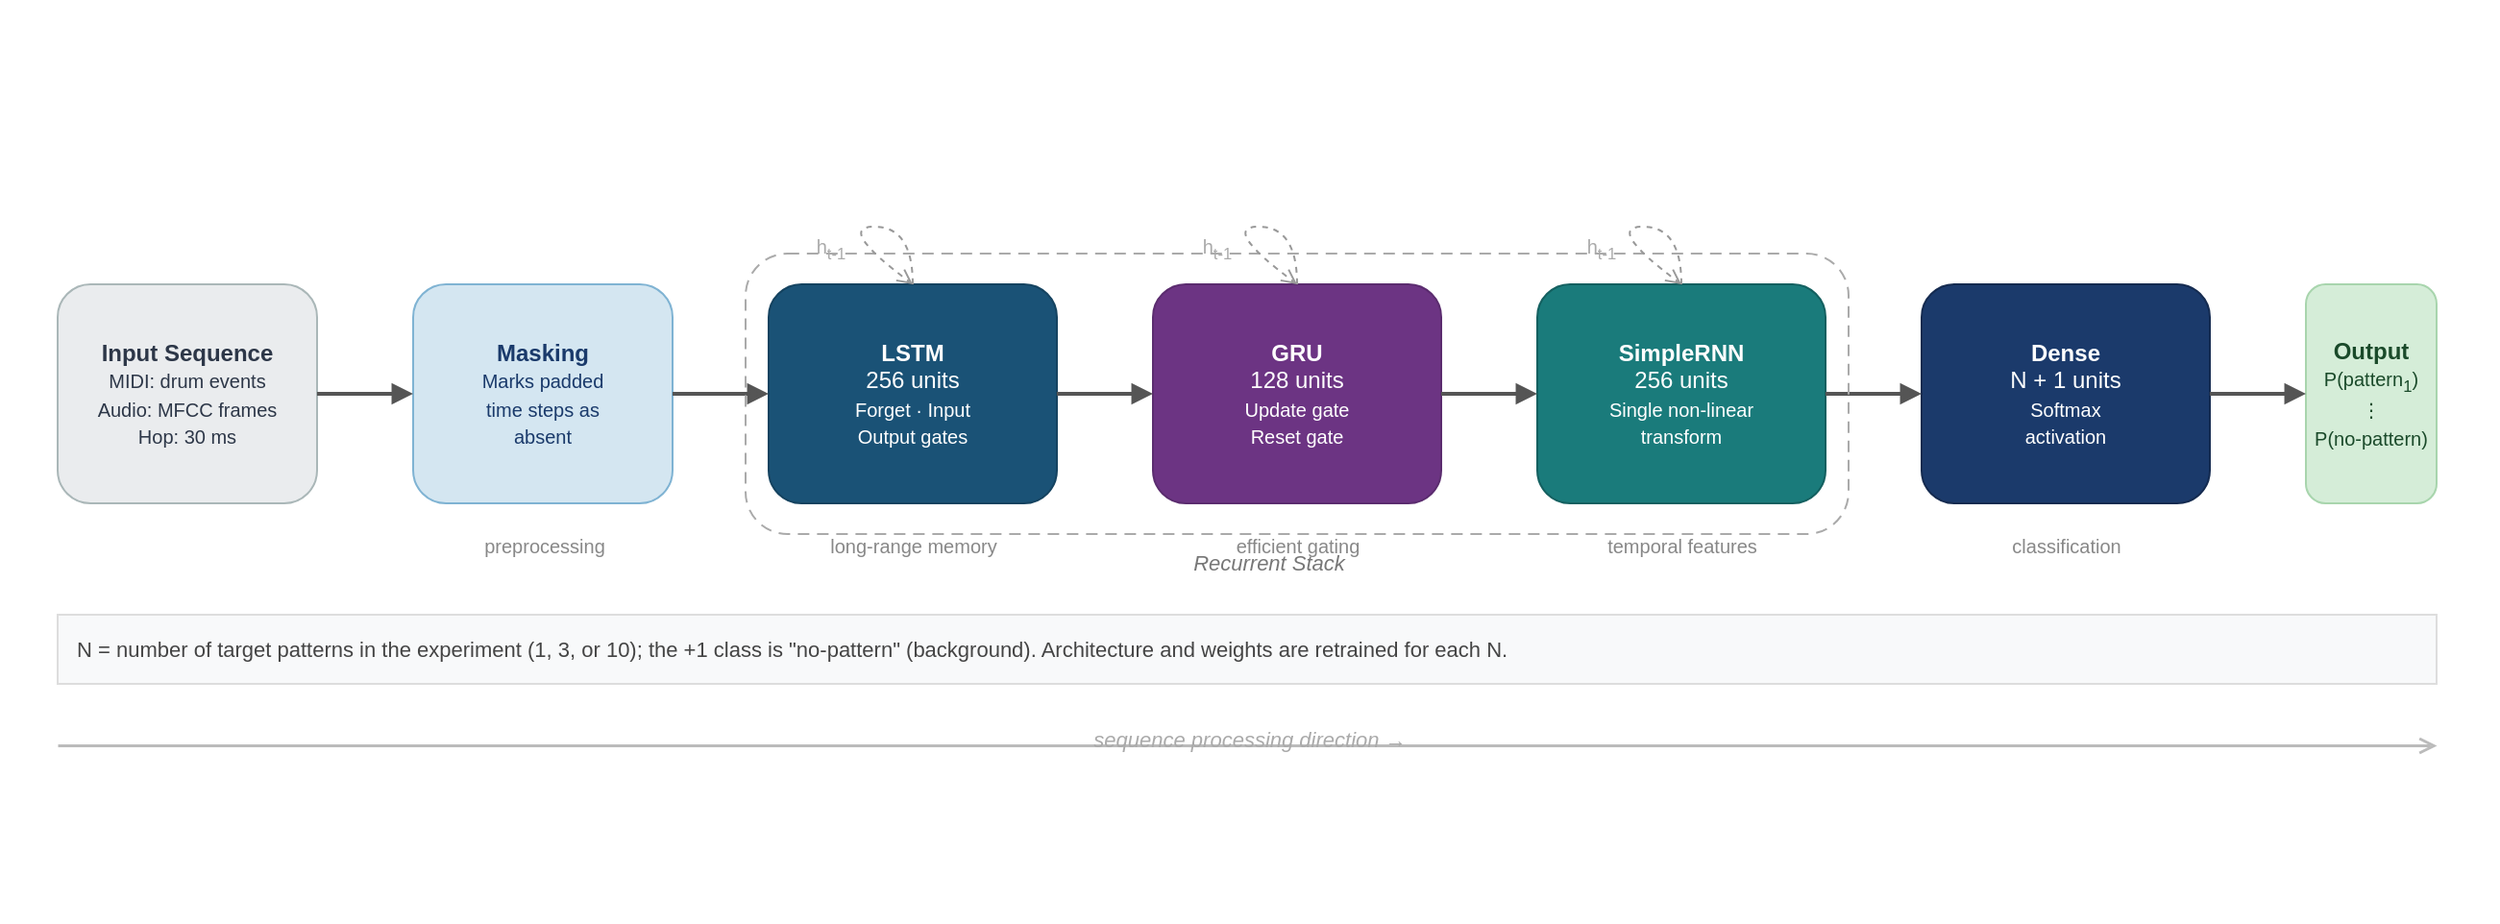
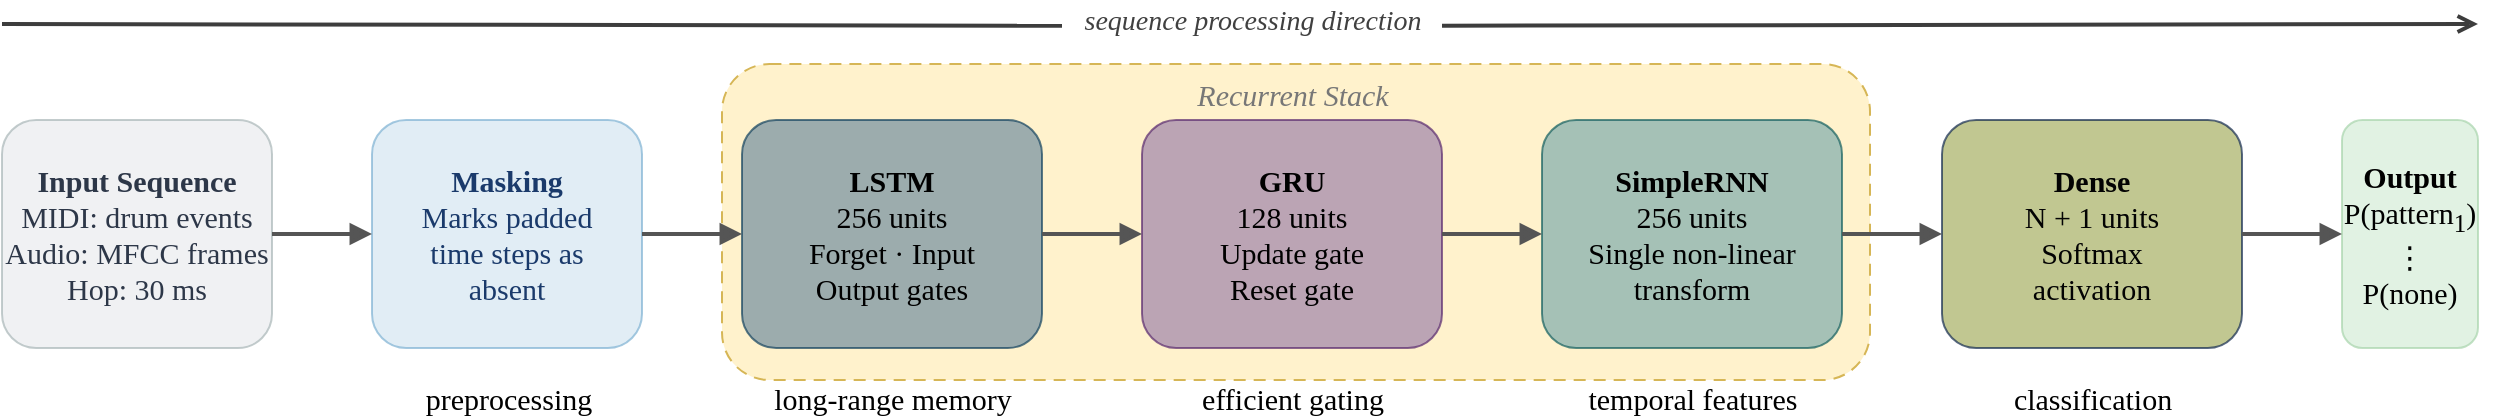
<mxfile host="app.diagrams.net" agent="Mozilla/5.0 (Macintosh; Intel Mac OS X 10_15_7) AppleWebKit/537.36 (KHTML, like Gecko) Chrome/147.0.0.0 Safari/537.36">
  <diagram name="RNN Architecture" id="rynVuohUcp5Ti-CLlE0M">
-     <mxGraphModel dx="2020" dy="1136" grid="1" gridSize="10" guides="1" tooltips="1" connect="1" arrows="1" fold="1" page="1" pageScale="1" pageWidth="850" pageHeight="1100" math="0" shadow="0">
+     <mxGraphModel dx="1414" dy="795" grid="1" gridSize="10" guides="1" tooltips="1" connect="1" arrows="1" fold="1" page="1" pageScale="1" pageWidth="850" pageHeight="1100" math="0" shadow="0">
      <root>
        <mxCell id="0" />
        <mxCell id="1" parent="0" />
-         <mxCell id="nOJwSKhz6kFvuDBJt3Rr-1" parent="1" style="rounded=0;whiteSpace=wrap;html=1;fillColor=#FFFFFF;strokeColor=none;" value="" vertex="1">
-           <mxGeometry height="480" width="1300" as="geometry" />
+         <mxCell id="nOJwSKhz6kFvuDBJt3Rr-15" parent="1" style="rounded=1;whiteSpace=wrap;html=1;fillColor=#fff2cc;strokeColor=#d6b656;strokeWidth=1;dashed=1;dashPattern=6 4;" value="" vertex="1">
+           <mxGeometry height="158" width="574" x="390" y="120" as="geometry" />
        </mxCell>
-         <mxCell id="nOJwSKhz6kFvuDBJt3Rr-2" parent="1" style="rounded=1;whiteSpace=wrap;html=1;fillColor=#EAECEE;strokeColor=#AAB7B8;fontFamily=Helvetica;fontSize=12;fontColor=#2D3748;verticalAlign=middle;align=center;" value="&lt;b&gt;Input Sequence&lt;/b&gt;&lt;br&gt;&lt;font style=&quot;font-size:10px;&quot;&gt;MIDI: drum events&lt;br&gt;Audio: MFCC frames&lt;br&gt;Hop: 30 ms&lt;/font&gt;" vertex="1">
+         <mxCell id="nOJwSKhz6kFvuDBJt3Rr-2" parent="1" style="rounded=1;whiteSpace=wrap;html=1;fillColor=#EAECEE;strokeColor=#AAB7B8;fontFamily=Helvetica;fontSize=12;fontColor=#2D3748;verticalAlign=middle;align=center;opacity=70;" value="&lt;font face=&quot;Times New Roman&quot; style=&quot;font-size: 15px;&quot;&gt;&lt;b style=&quot;&quot;&gt;Input Sequence&lt;/b&gt;&lt;br&gt;&lt;font style=&quot;&quot;&gt;MIDI: drum events&lt;br&gt;Audio: MFCC frames&lt;br&gt;Hop: 30 ms&lt;/font&gt;&lt;/font&gt;" vertex="1">
          <mxGeometry height="114" width="135" x="30" y="148" as="geometry" />
        </mxCell>
-         <mxCell id="nOJwSKhz6kFvuDBJt3Rr-3" parent="1" style="rounded=1;whiteSpace=wrap;html=1;fillColor=#D4E6F1;strokeColor=#7FB3D3;fontFamily=Helvetica;fontSize=12;fontColor=#1A3A6B;verticalAlign=middle;align=center;" value="&lt;b&gt;Masking&lt;/b&gt;&lt;br&gt;&lt;font style=&quot;font-size:10px;&quot;&gt;Marks padded&lt;br&gt;time steps as&lt;br&gt;absent&lt;/font&gt;" vertex="1">
+         <mxCell id="nOJwSKhz6kFvuDBJt3Rr-3" parent="1" style="rounded=1;whiteSpace=wrap;html=1;fillColor=#D4E6F1;strokeColor=#7FB3D3;fontFamily=Helvetica;fontSize=12;fontColor=#1A3A6B;verticalAlign=middle;align=center;opacity=70;" value="&lt;font face=&quot;Times New Roman&quot; style=&quot;font-size: 15px;&quot;&gt;&lt;b style=&quot;&quot;&gt;Masking&lt;/b&gt;&lt;br&gt;&lt;font style=&quot;&quot;&gt;Marks padded&lt;br&gt;time steps as&lt;br&gt;absent&lt;/font&gt;&lt;/font&gt;" vertex="1">
          <mxGeometry height="114" width="135" x="215" y="148" as="geometry" />
        </mxCell>
-         <mxCell id="nOJwSKhz6kFvuDBJt3Rr-4" parent="1" style="rounded=1;whiteSpace=wrap;html=1;fillColor=#1A5276;strokeColor=#154360;fontFamily=Helvetica;fontSize=12;fontColor=#FFFFFF;verticalAlign=middle;align=center;" value="&lt;b&gt;LSTM&lt;/b&gt;&lt;br&gt;256 units&lt;br&gt;&lt;font style=&quot;font-size:10px;&quot;&gt;Forget · Input&lt;br&gt;Output gates&lt;/font&gt;" vertex="1">
+         <mxCell id="nOJwSKhz6kFvuDBJt3Rr-4" parent="1" style="rounded=1;whiteSpace=wrap;html=1;fillColor=light-dark(#738fa0, #87b7d6);strokeColor=#154360;fontFamily=Helvetica;fontSize=12;fontColor=#FFFFFF;verticalAlign=middle;align=center;opacity=70;" value="&lt;font face=&quot;Times New Roman&quot; style=&quot;font-size: 15px; color: rgb(0, 0, 0);&quot;&gt;&lt;b style=&quot;&quot;&gt;LSTM&lt;/b&gt;&lt;br&gt;256 units&lt;br&gt;&lt;font style=&quot;&quot;&gt;Forget · Input&lt;br&gt;Output gates&lt;/font&gt;&lt;/font&gt;" vertex="1">
          <mxGeometry height="114" width="150" x="400" y="148" as="geometry" />
        </mxCell>
-         <mxCell id="nOJwSKhz6kFvuDBJt3Rr-5" parent="1" style="rounded=1;whiteSpace=wrap;html=1;fillColor=#6C3483;strokeColor=#5B2C6F;fontFamily=Helvetica;fontSize=12;fontColor=#FFFFFF;verticalAlign=middle;align=center;" value="&lt;b&gt;GRU&lt;/b&gt;&lt;br&gt;128 units&lt;br&gt;&lt;font style=&quot;font-size:10px;&quot;&gt;Update gate&lt;br&gt;Reset gate&lt;/font&gt;" vertex="1">
+         <mxCell id="nOJwSKhz6kFvuDBJt3Rr-5" parent="1" style="rounded=1;whiteSpace=wrap;html=1;fillColor=light-dark(#9f83aa, #d2a2e6);strokeColor=#5B2C6F;fontFamily=Helvetica;fontSize=12;fontColor=#FFFFFF;verticalAlign=middle;align=center;opacity=70;" value="&lt;font face=&quot;Times New Roman&quot; style=&quot;font-size: 15px; color: rgb(0, 0, 0);&quot;&gt;&lt;b style=&quot;&quot;&gt;GRU&lt;/b&gt;&lt;br&gt;128 units&lt;br&gt;&lt;font style=&quot;&quot;&gt;Update gate&lt;br&gt;Reset gate&lt;/font&gt;&lt;/font&gt;" vertex="1">
          <mxGeometry height="114" width="150" x="600" y="148" as="geometry" />
        </mxCell>
-         <mxCell id="nOJwSKhz6kFvuDBJt3Rr-6" parent="1" style="rounded=1;whiteSpace=wrap;html=1;fillColor=#1A7B7B;strokeColor=#146060;fontFamily=Helvetica;fontSize=12;fontColor=#FFFFFF;verticalAlign=middle;align=center;" value="&lt;b&gt;SimpleRNN&lt;/b&gt;&lt;br&gt;256 units&lt;br&gt;&lt;font style=&quot;font-size:10px;&quot;&gt;Single non-linear&lt;br&gt;transform&lt;/font&gt;" vertex="1">
+         <mxCell id="nOJwSKhz6kFvuDBJt3Rr-6" parent="1" style="rounded=1;whiteSpace=wrap;html=1;fillColor=light-dark(#7fadad, #53a7a7);strokeColor=#146060;fontFamily=Helvetica;fontSize=12;fontColor=#FFFFFF;verticalAlign=middle;align=center;opacity=70;" value="&lt;font face=&quot;Times New Roman&quot; style=&quot;font-size: 15px; color: rgb(0, 0, 0);&quot;&gt;&lt;b style=&quot;&quot;&gt;SimpleRNN&lt;/b&gt;&lt;br&gt;256 units&lt;br&gt;&lt;font style=&quot;&quot;&gt;Single non-linear&lt;br&gt;transform&lt;/font&gt;&lt;/font&gt;" vertex="1">
          <mxGeometry height="114" width="150" x="800" y="148" as="geometry" />
        </mxCell>
-         <mxCell id="nOJwSKhz6kFvuDBJt3Rr-7" parent="1" style="rounded=1;whiteSpace=wrap;html=1;fillColor=#1B3A6B;strokeColor=#152B50;fontFamily=Helvetica;fontSize=12;fontColor=#FFFFFF;verticalAlign=middle;align=center;" value="&lt;b&gt;Dense&lt;/b&gt;&lt;br&gt;N + 1 units&lt;br&gt;&lt;font style=&quot;font-size:10px;&quot;&gt;Softmax&lt;br&gt;activation&lt;/font&gt;" vertex="1">
+         <mxCell id="nOJwSKhz6kFvuDBJt3Rr-7" parent="1" style="rounded=1;whiteSpace=wrap;html=1;fillColor=light-dark(#a7b063, #a5c0ea);strokeColor=#152B50;fontFamily=Helvetica;fontSize=12;fontColor=#FFFFFF;verticalAlign=middle;align=center;opacity=70;" value="&lt;font face=&quot;Times New Roman&quot; style=&quot;font-size: 15px; color: light-dark(rgb(3, 3, 3), rgb(237, 237, 237));&quot;&gt;&lt;b style=&quot;&quot;&gt;Dense&lt;/b&gt;&lt;br&gt;N + 1 units&lt;br&gt;&lt;font style=&quot;&quot;&gt;Softmax&lt;br&gt;activation&lt;/font&gt;&lt;/font&gt;" vertex="1">
          <mxGeometry height="114" width="150" x="1000" y="148" as="geometry" />
        </mxCell>
-         <mxCell id="nOJwSKhz6kFvuDBJt3Rr-8" parent="1" style="rounded=1;whiteSpace=wrap;html=1;fillColor=#D5EDD8;strokeColor=#A8D5AD;fontFamily=Helvetica;fontSize=12;fontColor=#1A4A2A;verticalAlign=middle;align=center;" value="&lt;b&gt;Output&lt;/b&gt;&lt;br&gt;&lt;font style=&quot;font-size:10px;&quot;&gt;P(pattern&lt;sub&gt;1&lt;/sub&gt;)&lt;br&gt;   ⋮&lt;br&gt;P(no-pattern)&lt;/font&gt;" vertex="1">
+         <mxCell id="nOJwSKhz6kFvuDBJt3Rr-8" parent="1" style="rounded=1;whiteSpace=wrap;html=1;fillColor=#D5EDD8;strokeColor=#A8D5AD;fontFamily=Helvetica;fontSize=12;fontColor=#1A4A2A;verticalAlign=middle;align=center;opacity=70;" value="&lt;font face=&quot;Times New Roman&quot; style=&quot;font-size: 15px; color: rgb(0, 0, 0);&quot;&gt;&lt;b style=&quot;&quot;&gt;Output&lt;/b&gt;&lt;br&gt;&lt;font style=&quot;&quot;&gt;P(pattern&lt;sub style=&quot;&quot;&gt;1&lt;/sub&gt;)&lt;br&gt;   ⋮&lt;br&gt;P(none)&lt;/font&gt;&lt;/font&gt;" vertex="1">
          <mxGeometry height="114" width="68" x="1200" y="148" as="geometry" />
        </mxCell>
        <mxCell id="nOJwSKhz6kFvuDBJt3Rr-9" edge="1" parent="1" source="nOJwSKhz6kFvuDBJt3Rr-2" style="rounded=0;orthogonalLoop=1;jettySize=auto;exitX=1;exitY=0.5;exitDx=0;exitDy=0;entryX=0;entryY=0.5;entryDx=0;entryDy=0;strokeColor=#555555;strokeWidth=2;fillColor=none;endArrow=block;endFill=1;" target="nOJwSKhz6kFvuDBJt3Rr-3" value="">
          <mxGeometry relative="1" as="geometry" />
        </mxCell>
        <mxCell id="nOJwSKhz6kFvuDBJt3Rr-10" edge="1" parent="1" source="nOJwSKhz6kFvuDBJt3Rr-3" style="rounded=0;orthogonalLoop=1;jettySize=auto;exitX=1;exitY=0.5;exitDx=0;exitDy=0;entryX=0;entryY=0.5;entryDx=0;entryDy=0;strokeColor=#555555;strokeWidth=2;fillColor=none;endArrow=block;endFill=1;" target="nOJwSKhz6kFvuDBJt3Rr-4" value="">
          <mxGeometry relative="1" as="geometry" />
        </mxCell>
        <mxCell id="nOJwSKhz6kFvuDBJt3Rr-11" edge="1" parent="1" source="nOJwSKhz6kFvuDBJt3Rr-4" style="rounded=0;orthogonalLoop=1;jettySize=auto;exitX=1;exitY=0.5;exitDx=0;exitDy=0;entryX=0;entryY=0.5;entryDx=0;entryDy=0;strokeColor=#555555;strokeWidth=2;fillColor=none;endArrow=block;endFill=1;" target="nOJwSKhz6kFvuDBJt3Rr-5" value="">
          <mxGeometry relative="1" as="geometry" />
        </mxCell>
        <mxCell id="nOJwSKhz6kFvuDBJt3Rr-12" edge="1" parent="1" source="nOJwSKhz6kFvuDBJt3Rr-5" style="rounded=0;orthogonalLoop=1;jettySize=auto;exitX=1;exitY=0.5;exitDx=0;exitDy=0;entryX=0;entryY=0.5;entryDx=0;entryDy=0;strokeColor=#555555;strokeWidth=2;fillColor=none;endArrow=block;endFill=1;" target="nOJwSKhz6kFvuDBJt3Rr-6" value="">
          <mxGeometry relative="1" as="geometry" />
        </mxCell>
        <mxCell id="nOJwSKhz6kFvuDBJt3Rr-13" edge="1" parent="1" source="nOJwSKhz6kFvuDBJt3Rr-6" style="rounded=0;orthogonalLoop=1;jettySize=auto;exitX=1;exitY=0.5;exitDx=0;exitDy=0;entryX=0;entryY=0.5;entryDx=0;entryDy=0;strokeColor=#555555;strokeWidth=2;fillColor=none;endArrow=block;endFill=1;" target="nOJwSKhz6kFvuDBJt3Rr-7" value="">
          <mxGeometry relative="1" as="geometry" />
        </mxCell>
        <mxCell id="nOJwSKhz6kFvuDBJt3Rr-14" edge="1" parent="1" source="nOJwSKhz6kFvuDBJt3Rr-7" style="rounded=0;orthogonalLoop=1;jettySize=auto;exitX=1;exitY=0.5;exitDx=0;exitDy=0;entryX=0;entryY=0.5;entryDx=0;entryDy=0;strokeColor=#555555;strokeWidth=2;fillColor=none;endArrow=block;endFill=1;" target="nOJwSKhz6kFvuDBJt3Rr-8" value="">
          <mxGeometry relative="1" as="geometry" />
        </mxCell>
-         <mxCell id="nOJwSKhz6kFvuDBJt3Rr-15" parent="1" style="rounded=1;whiteSpace=wrap;html=1;fillColor=none;strokeColor=#AAAAAA;strokeWidth=1;dashed=1;dashPattern=6 4;" value="" vertex="1">
-           <mxGeometry height="146" width="574" x="388" y="132" as="geometry" />
+         <mxCell id="nOJwSKhz6kFvuDBJt3Rr-16" parent="1" style="text;html=1;strokeColor=none;fillColor=none;align=center;verticalAlign=top;fontFamily=Helvetica;fontSize=11;fontStyle=2;fontColor=#777777;" value="&lt;font face=&quot;Times New Roman&quot; style=&quot;font-size: 15px;&quot;&gt;Recurrent Stack&lt;/font&gt;" vertex="1">
+           <mxGeometry height="22" width="570" x="390" y="120" as="geometry" />
        </mxCell>
-         <mxCell id="nOJwSKhz6kFvuDBJt3Rr-16" parent="1" style="text;html=1;strokeColor=none;fillColor=none;align=center;verticalAlign=top;fontFamily=Helvetica;fontSize=11;fontStyle=2;fontColor=#777777;" value="Recurrent Stack" vertex="1">
-           <mxGeometry height="22" width="170" x="575" y="280" as="geometry" />
+         <mxCell id="nOJwSKhz6kFvuDBJt3Rr-23" parent="1" style="text;html=1;strokeColor=none;fillColor=none;align=center;verticalAlign=top;fontFamily=Helvetica;fontSize=10;fontColor=#888888;" value="&lt;font face=&quot;Times New Roman&quot; style=&quot;font-size: 15px; color: rgb(0, 0, 0);&quot;&gt;preprocessing&lt;/font&gt;" vertex="1">
+           <mxGeometry height="18" width="135" x="215" y="272" as="geometry" />
        </mxCell>
-         <mxCell id="nOJwSKhz6kFvuDBJt3Rr-17" parent="1" style="text;html=1;strokeColor=none;fillColor=none;align=center;verticalAlign=middle;fontFamily=Helvetica;fontSize=10;fontColor=#AAAAAA;" value="h&lt;sub&gt;t-1&lt;/sub&gt;" vertex="1">
-           <mxGeometry height="18" width="40" x="412" y="120" as="geometry" />
+         <mxCell id="nOJwSKhz6kFvuDBJt3Rr-24" parent="1" style="text;html=1;strokeColor=none;fillColor=none;align=center;verticalAlign=top;fontFamily=Helvetica;fontSize=10;fontColor=#888888;" value="&lt;font face=&quot;Times New Roman&quot; style=&quot;font-size: 15px; color: rgb(0, 0, 0);&quot;&gt;long-range memory&lt;/font&gt;" vertex="1">
+           <mxGeometry height="18" width="150" x="400" y="272" as="geometry" />
        </mxCell>
-         <mxCell id="nOJwSKhz6kFvuDBJt3Rr-18" parent="1" style="text;html=1;strokeColor=none;fillColor=none;align=center;verticalAlign=middle;fontFamily=Helvetica;fontSize=10;fontColor=#AAAAAA;" value="h&lt;sub&gt;t-1&lt;/sub&gt;" vertex="1">
-           <mxGeometry height="18" width="40" x="613" y="120" as="geometry" />
+         <mxCell id="nOJwSKhz6kFvuDBJt3Rr-25" parent="1" style="text;html=1;strokeColor=none;fillColor=none;align=center;verticalAlign=top;fontFamily=Helvetica;fontSize=10;fontColor=#888888;" value="&lt;font face=&quot;Times New Roman&quot; style=&quot;font-size: 15px; color: rgb(0, 0, 0);&quot;&gt;efficient gating&lt;/font&gt;" vertex="1">
+           <mxGeometry height="18" width="150" x="600" y="272" as="geometry" />
        </mxCell>
-         <mxCell id="nOJwSKhz6kFvuDBJt3Rr-19" parent="1" style="text;html=1;strokeColor=none;fillColor=none;align=center;verticalAlign=middle;fontFamily=Helvetica;fontSize=10;fontColor=#AAAAAA;" value="h&lt;sub&gt;t-1&lt;/sub&gt;" vertex="1">
-           <mxGeometry height="18" width="40" x="813" y="120" as="geometry" />
+         <mxCell id="nOJwSKhz6kFvuDBJt3Rr-26" parent="1" style="text;html=1;strokeColor=none;fillColor=none;align=center;verticalAlign=top;fontFamily=Helvetica;fontSize=10;fontColor=#888888;" value="&lt;font face=&quot;Times New Roman&quot; style=&quot;font-size: 15px; color: rgb(0, 0, 0);&quot;&gt;temporal features&lt;/font&gt;" vertex="1">
+           <mxGeometry height="18" width="150" x="800" y="272" as="geometry" />
        </mxCell>
-         <mxCell id="nOJwSKhz6kFvuDBJt3Rr-20" edge="1" parent="1" source="nOJwSKhz6kFvuDBJt3Rr-4" style="curved=1;rounded=1;exitX=0.5;exitY=0;exitDx=0;exitDy=0;entryX=0.5;entryY=0;entryDx=0;entryDy=0;strokeColor=#999999;strokeWidth=1;fillColor=none;endArrow=open;endFill=0;dashed=1;" target="nOJwSKhz6kFvuDBJt3Rr-4" value="">
+         <mxCell id="nOJwSKhz6kFvuDBJt3Rr-27" parent="1" style="text;html=1;strokeColor=none;fillColor=none;align=center;verticalAlign=top;fontFamily=Helvetica;fontSize=10;fontColor=#888888;" value="&lt;font face=&quot;Times New Roman&quot; style=&quot;font-size: 15px; color: rgb(0, 0, 0);&quot;&gt;classification&lt;/font&gt;" vertex="1">
+           <mxGeometry height="18" width="150" x="1000" y="272" as="geometry" />
+         </mxCell>
+         <mxCell id="nOJwSKhz6kFvuDBJt3Rr-29" edge="1" parent="1" style="rounded=0;orthogonalLoop=1;jettySize=auto;strokeColor=light-dark(#3d3d3d, #4c4c4c);strokeWidth=2;fillColor=none;endArrow=open;endFill=0;" value="">
          <mxGeometry relative="1" as="geometry">
-             <Array as="points">
-               <mxPoint x="475" y="118" />
-               <mxPoint x="435" y="118" />
-             </Array>
+             <mxPoint x="750" y="100.8450244698206" as="sourcePoint" />
+             <mxPoint x="1268" y="100" as="targetPoint" />
          </mxGeometry>
        </mxCell>
-         <mxCell id="nOJwSKhz6kFvuDBJt3Rr-21" edge="1" parent="1" source="nOJwSKhz6kFvuDBJt3Rr-5" style="curved=1;rounded=1;exitX=0.5;exitY=0;exitDx=0;exitDy=0;entryX=0.5;entryY=0;entryDx=0;entryDy=0;strokeColor=#999999;strokeWidth=1;fillColor=none;endArrow=open;endFill=0;dashed=1;" target="nOJwSKhz6kFvuDBJt3Rr-5" value="">
+         <mxCell id="ef_CBMqlVO2Ej5zvGVnz-2" edge="1" parent="1" style="rounded=0;orthogonalLoop=1;jettySize=auto;strokeColor=light-dark(#3d3d3d, #4c4c4c);strokeWidth=2;fillColor=none;endArrow=none;endFill=0;" value="">
          <mxGeometry relative="1" as="geometry">
-             <Array as="points">
-               <mxPoint x="675" y="118" />
-               <mxPoint x="635" y="118" />
-             </Array>
+             <mxPoint x="30" y="100" as="sourcePoint" />
+             <mxPoint x="560" y="100.84799999999996" as="targetPoint" />
          </mxGeometry>
        </mxCell>
-         <mxCell id="nOJwSKhz6kFvuDBJt3Rr-22" edge="1" parent="1" source="nOJwSKhz6kFvuDBJt3Rr-6" style="curved=1;rounded=1;exitX=0.5;exitY=0;exitDx=0;exitDy=0;entryX=0.5;entryY=0;entryDx=0;entryDy=0;strokeColor=#999999;strokeWidth=1;fillColor=none;endArrow=open;endFill=0;dashed=1;" target="nOJwSKhz6kFvuDBJt3Rr-6" value="">
-           <mxGeometry relative="1" as="geometry">
-             <Array as="points">
-               <mxPoint x="875" y="118" />
-               <mxPoint x="835" y="118" />
-             </Array>
-           </mxGeometry>
-         </mxCell>
-         <mxCell id="nOJwSKhz6kFvuDBJt3Rr-23" parent="1" style="text;html=1;strokeColor=none;fillColor=none;align=center;verticalAlign=top;fontFamily=Helvetica;fontSize=10;fontColor=#888888;" value="preprocessing" vertex="1">
-           <mxGeometry height="18" width="135" x="215" y="272" as="geometry" />
-         </mxCell>
-         <mxCell id="nOJwSKhz6kFvuDBJt3Rr-24" parent="1" style="text;html=1;strokeColor=none;fillColor=none;align=center;verticalAlign=top;fontFamily=Helvetica;fontSize=10;fontColor=#888888;" value="long-range memory" vertex="1">
-           <mxGeometry height="18" width="150" x="400" y="272" as="geometry" />
-         </mxCell>
-         <mxCell id="nOJwSKhz6kFvuDBJt3Rr-25" parent="1" style="text;html=1;strokeColor=none;fillColor=none;align=center;verticalAlign=top;fontFamily=Helvetica;fontSize=10;fontColor=#888888;" value="efficient gating" vertex="1">
-           <mxGeometry height="18" width="150" x="600" y="272" as="geometry" />
-         </mxCell>
-         <mxCell id="nOJwSKhz6kFvuDBJt3Rr-26" parent="1" style="text;html=1;strokeColor=none;fillColor=none;align=center;verticalAlign=top;fontFamily=Helvetica;fontSize=10;fontColor=#888888;" value="temporal features" vertex="1">
-           <mxGeometry height="18" width="150" x="800" y="272" as="geometry" />
-         </mxCell>
-         <mxCell id="nOJwSKhz6kFvuDBJt3Rr-27" parent="1" style="text;html=1;strokeColor=none;fillColor=none;align=center;verticalAlign=top;fontFamily=Helvetica;fontSize=10;fontColor=#888888;" value="classification" vertex="1">
-           <mxGeometry height="18" width="150" x="1000" y="272" as="geometry" />
-         </mxCell>
-         <mxCell id="nOJwSKhz6kFvuDBJt3Rr-28" parent="1" style="text;html=1;strokeColor=none;fillColor=#F8F9FA;strokeColor=#DDDDDD;align=left;verticalAlign=middle;fontFamily=Helvetica;fontSize=11;fontColor=#444444;spacingLeft=8;" value="N = number of target patterns in the experiment (1, 3, or 10); the +1 class is &quot;no-pattern&quot; (background). Architecture and weights are retrained for each N." vertex="1">
-           <mxGeometry height="36" width="1238" x="30" y="320" as="geometry" />
-         </mxCell>
-         <mxCell id="nOJwSKhz6kFvuDBJt3Rr-29" edge="1" parent="1" style="rounded=0;orthogonalLoop=1;jettySize=auto;strokeColor=#BBBBBB;strokeWidth=1.5;fillColor=none;endArrow=open;endFill=0;" value="">
-           <mxGeometry relative="1" as="geometry">
-             <mxPoint x="30" y="388" as="sourcePoint" />
-             <mxPoint x="1268" y="388" as="targetPoint" />
-           </mxGeometry>
-         </mxCell>
-         <mxCell id="nOJwSKhz6kFvuDBJt3Rr-30" parent="1" style="text;html=1;strokeColor=none;fillColor=none;align=center;verticalAlign=middle;fontFamily=Helvetica;fontSize=11;fontStyle=2;fontColor=#AAAAAA;" value="sequence processing direction  →" vertex="1">
-           <mxGeometry height="22" width="400" x="450" y="374" as="geometry" />
+         <mxCell id="nOJwSKhz6kFvuDBJt3Rr-30" parent="1" style="text;html=1;strokeColor=none;fillColor=default;align=center;verticalAlign=middle;fontFamily=Helvetica;fontSize=11;fontStyle=2;fontColor=#AAAAAA;" value="&lt;font face=&quot;Times New Roman&quot; style=&quot;font-size: 14px; color: light-dark(rgb(64, 64, 64), rgb(237, 237, 237));&quot;&gt;sequence processing direction&lt;/font&gt;" vertex="1">
+           <mxGeometry height="22" width="190" x="560" y="88" as="geometry" />
        </mxCell>
      </root>
    </mxGraphModel>
  </diagram>
</mxfile>
